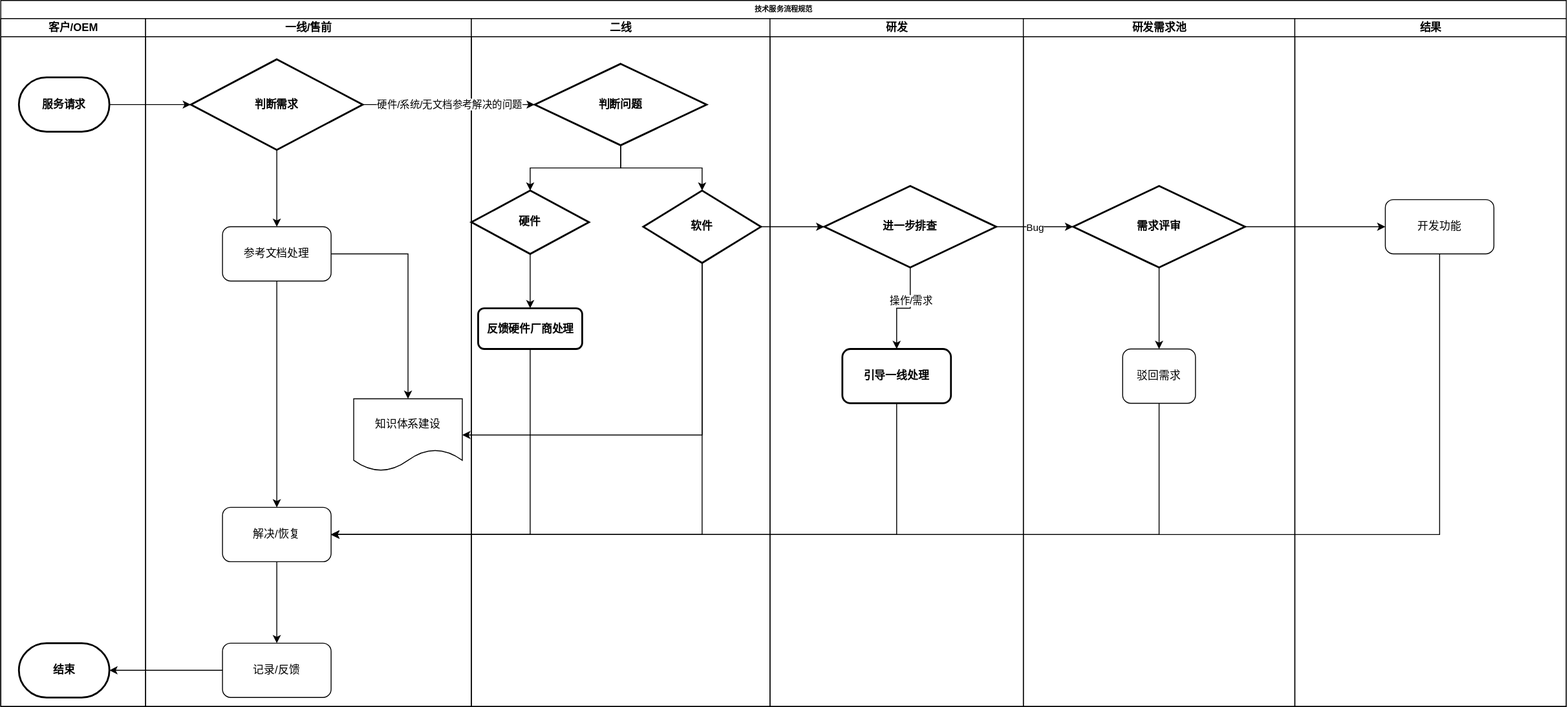
Above: 流程规范及制度.drawio.svg in lawesen/lcgfzd (draw.io), before the change. Source tidied: cells renumbered, new cells last; positions are measured from the earlier drawing's top-left corner, leaving out a move shared by most shapes.
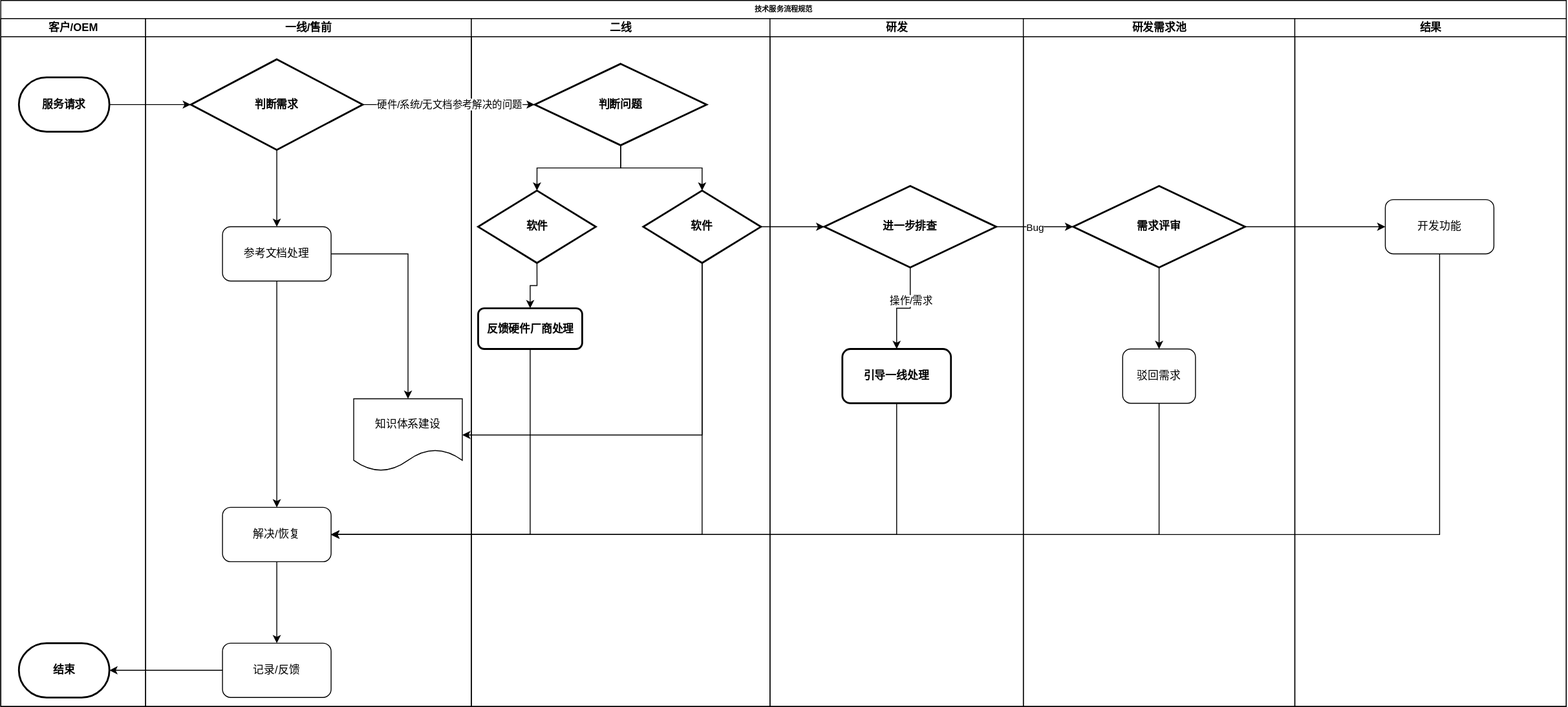
The same diagram one commit later.

Commit message:
更新流程规范及制度.drawio.svg

Change to the diagram source:
```diff
@@ -44,21 +44,18 @@
     <mxCell id="15" value="知识体系建设" style="shape=document;whiteSpace=wrap;html=1;boundedLbl=1;rounded=1;" parent="6" vertex="1">
       <mxGeometry x="230" y="420" width="120" height="80" as="geometry" />
     </mxCell>
+    <mxCell id="24" style="edgeStyle=orthogonalEdgeStyle;rounded=0;jettySize=auto;html=1;exitX=0.5;exitY=1;exitDx=0;exitDy=0;entryX=1;entryY=0.5;entryDx=0;entryDy=0;" parent="2" edge="1" source="32" target="11">
+      <mxGeometry relative="1" as="geometry" />
+    </mxCell>
     <mxCell id="16" value="二线" style="swimlane;html=1;startSize=20;" parent="2" vertex="1">
       <mxGeometry x="520" y="20" width="330" height="760" as="geometry" />
     </mxCell>
-    <mxCell id="17" style="edgeStyle=orthogonalEdgeStyle;rounded=0;jettySize=auto;html=1;" parent="16" edge="1" source="18" target="20">
-      <mxGeometry relative="1" as="geometry" />
-    </mxCell>
+    <mxCell id="49" style="edgeStyle=orthogonalEdgeStyle;rounded=0;jettySize=auto;html=1;exitX=0.5;exitY=1;exitDx=0;exitDy=0;entryX=0.5;entryY=0;entryDx=0;entryDy=0;" parent="16" edge="1" source="18" target="51">
+      <mxGeometry relative="1" as="geometry" />
+    </mxCell>
     <mxCell id="18" value="判断问题" style="rhombus;whiteSpace=wrap;html=1;strokeWidth=2;fontStyle=1;" parent="16" vertex="1">
       <mxGeometry x="70" y="50" width="190" height="90" as="geometry" />
     </mxCell>
-    <mxCell id="19" style="edgeStyle=orthogonalEdgeStyle;rounded=0;jettySize=auto;html=1;" parent="16" edge="1" source="20" target="23">
-      <mxGeometry relative="1" as="geometry" />
-    </mxCell>
-    <mxCell id="20" value="硬件" style="rhombus;whiteSpace=wrap;html=1;strokeWidth=2;fontStyle=1;" parent="16" vertex="1">
-      <mxGeometry y="190" width="130" height="70" as="geometry" />
-    </mxCell>
     <mxCell id="21" value="软件" style="rhombus;whiteSpace=wrap;html=1;strokeWidth=2;fontStyle=1;" parent="16" vertex="1">
       <mxGeometry x="190" y="190" width="130" height="80" as="geometry" />
     </mxCell>
@@ -68,9 +65,12 @@
     <mxCell id="23" value="反馈硬件厂商处理" style="rounded=1;whiteSpace=wrap;html=1;strokeWidth=2;fontStyle=1;" parent="16" vertex="1">
       <mxGeometry x="7.5" y="320" width="115" height="45" as="geometry" />
     </mxCell>
-    <mxCell id="24" style="edgeStyle=orthogonalEdgeStyle;rounded=0;jettySize=auto;html=1;exitX=0.5;exitY=1;exitDx=0;exitDy=0;entryX=1;entryY=0.5;entryDx=0;entryDy=0;" parent="2" edge="1" source="32" target="11">
-      <mxGeometry relative="1" as="geometry" />
-    </mxCell>
+    <mxCell id="50" style="edgeStyle=orthogonalEdgeStyle;rounded=0;jettySize=auto;html=1;exitX=0.5;exitY=1;exitDx=0;exitDy=0;entryX=0.5;entryY=0;entryDx=0;entryDy=0;" parent="16" edge="1" source="51" target="23">
+      <mxGeometry relative="1" as="geometry" />
+    </mxCell>
+    <mxCell id="51" value="软件" style="rhombus;whiteSpace=wrap;html=1;strokeWidth=2;fontStyle=1;" parent="16" vertex="1">
+      <mxGeometry x="7.5" y="190" width="130" height="80" as="geometry" />
+    </mxCell>
     <mxCell id="25" style="group;" parent="2" vertex="1">
       <mxGeometry x="850" y="20" width="580" height="760" as="geometry" />
     </mxCell>
```
